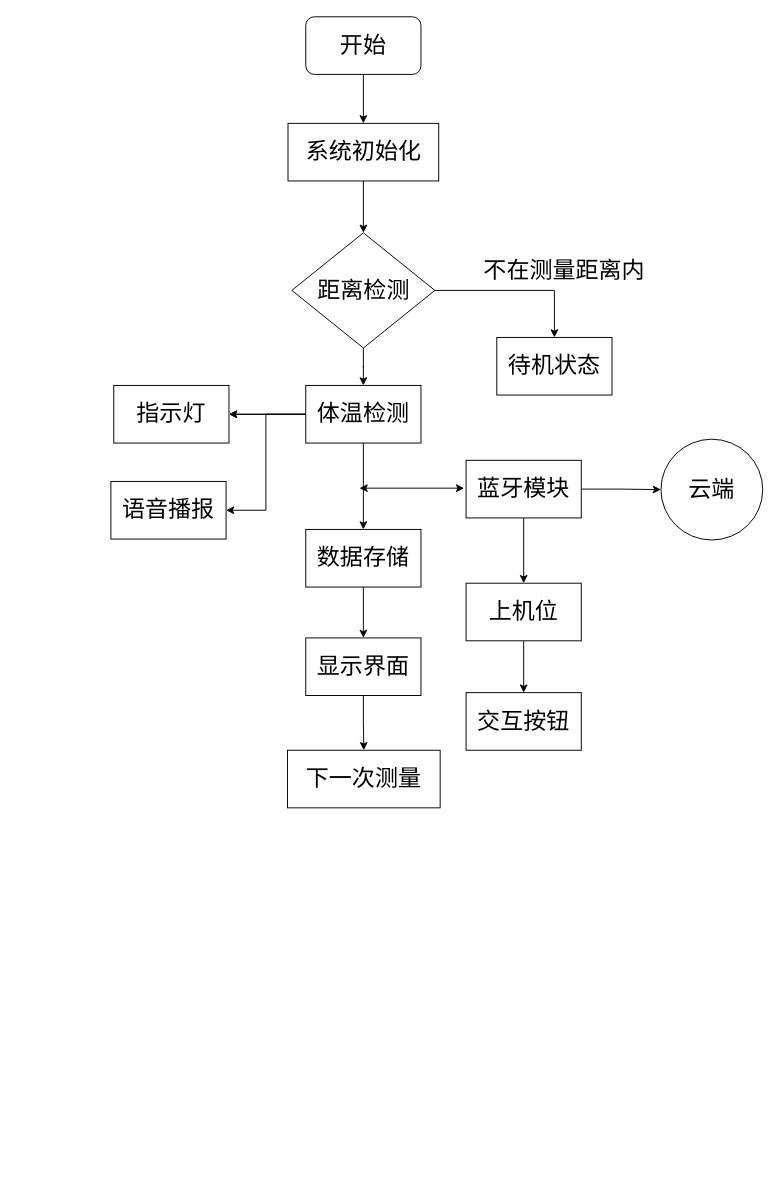
Above: gongjiao2.drawio in Zha0-Hu1/diaw.io (draw.io), before the change. Source tidied: cells renumbered, new cells numbered last; positions are measured from the earlier drawing's top-left corner, leaving out a move shared by most shapes. Both pictures are drawn from the tidied source at 96%, with x=0, y=0 at pixel (110, 16).
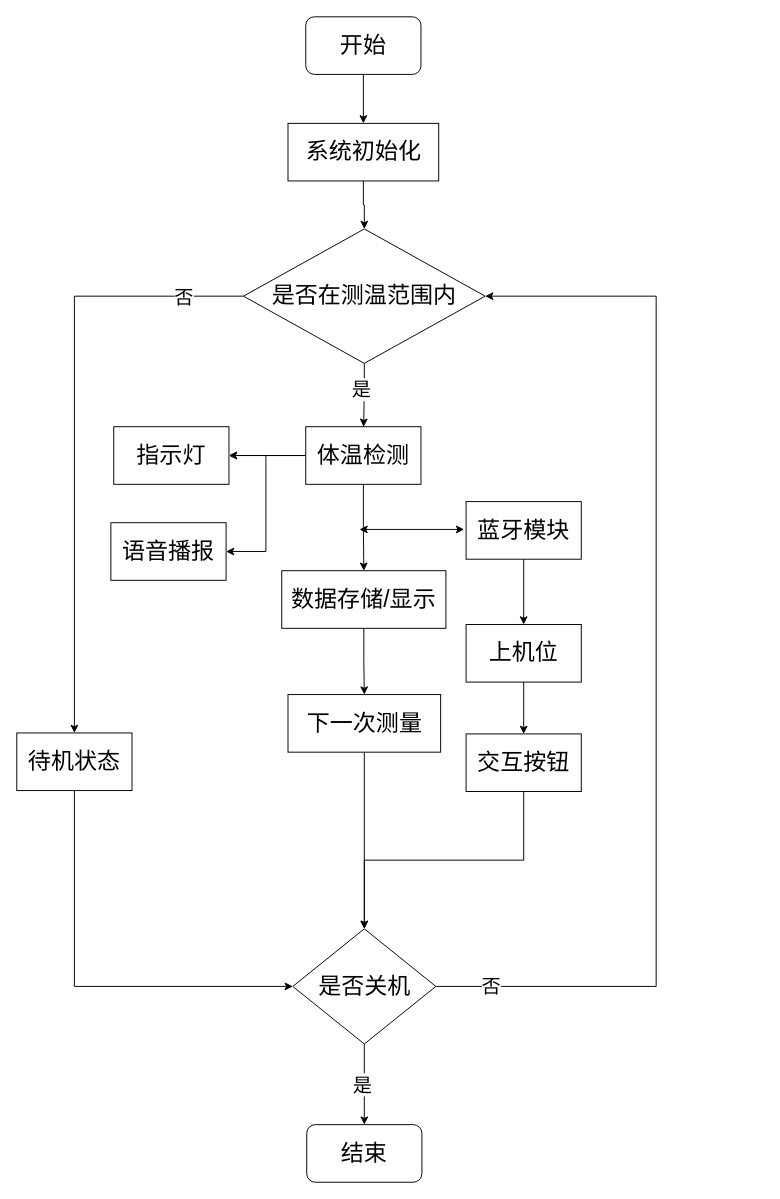
The same diagram, later.

Diff of the diagram source:
```diff
@@
-    <mxCell id="6" style="edgeStyle=orthogonalEdgeStyle;rounded=0;jettySize=auto;html=1;" parent="1" edge="1" source="8" target="13">
-      <mxGeometry relative="1" as="geometry" />
+    <mxCell id="6" style="edgeStyle=orthogonalEdgeStyle;rounded=0;jettySize=auto;html=1;" parent="1" edge="1" target="13">
+      <mxGeometry relative="1" as="geometry">
+        <mxPoint x="263" y="424" as="sourcePoint" />
+      </mxGeometry>
     </mxCell>
-    <mxCell id="7" style="edgeStyle=orthogonalEdgeStyle;rounded=0;jettySize=auto;html=1;exitX=1;exitY=0.5;exitDx=0;exitDy=0;entryX=0.5;entryY=0;entryDx=0;entryDy=0;" parent="1" edge="1" source="8" target="14">
+    <mxCell id="7" style="edgeStyle=orthogonalEdgeStyle;rounded=0;jettySize=auto;html=1;exitX=0;exitY=0.5;exitDx=0;exitDy=0;entryX=0.5;entryY=0;entryDx=0;entryDy=0;" parent="1" edge="1" source="8" target="14">
       <mxGeometry relative="1" as="geometry" />
     </mxCell>
+    <mxCell id="31" value="&lt;font style=&quot;font-size: 20px;&quot;&gt;否&lt;/font&gt;" style="edgeLabel;html=1;align=center;verticalAlign=middle;" parent="7" vertex="1">
+      <mxGeometry x="-0.57" relative="1" as="geometry">
+        <mxPoint x="73" as="offset" />
+      </mxGeometry>
+    </mxCell>
+    <mxCell id="32" style="edgeStyle=orthogonalEdgeStyle;rounded=0;jettySize=auto;html=1;exitX=0.5;exitY=1;exitDx=0;exitDy=0;" parent="1" edge="1" source="8">
+      <mxGeometry relative="1" as="geometry">
+        <mxPoint x="263.3" y="427" as="targetPoint" />
+        <Array as="points">
+          <mxPoint x="263" y="387" />
+        </Array>
+      </mxGeometry>
+    </mxCell>
+    <mxCell id="33" value="&lt;font style=&quot;font-size: 20px;&quot;&gt;是&lt;/font&gt;" style="edgeLabel;html=1;align=center;verticalAlign=middle;" parent="32" vertex="1">
+      <mxGeometry x="-0.22" y="-4" relative="1" as="geometry">
+        <mxPoint y="1" as="offset" />
+      </mxGeometry>
+    </mxCell>
-    <mxCell id="8" value="&lt;font style=&quot;font-size: 24px;&quot;&gt;距离检测&lt;/font&gt;" style="rhombus;whiteSpace=wrap;html=1;rounded=0;" parent="1" vertex="1">
-      <mxGeometry x="188.5" y="225" width="149" height="120" as="geometry" />
+    <mxCell id="8" value="&lt;font style=&quot;font-size: 24px;&quot;&gt;是否在测温范围内&lt;/font&gt;" style="rhombus;whiteSpace=wrap;html=1;rounded=0;" parent="1" vertex="1">
+      <mxGeometry x="138.1" y="221" width="251.8" height="140" as="geometry" />
     </mxCell>
@@
     <mxCell id="13" value="&lt;span style=&quot;font-size: 24px;&quot;&gt;体温检测&lt;/span&gt;" style="whiteSpace=wrap;html=1;rounded=0;" parent="1" vertex="1">
-      <mxGeometry x="203" y="384" width="120" height="60" as="geometry" />
+      <mxGeometry x="203" y="427" width="120" height="60" as="geometry" />
     </mxCell>
-    <mxCell id="14" value="&lt;font style=&quot;font-size: 24px;&quot;&gt;待机状态&lt;/font&gt;" style="whiteSpace=wrap;html=1;rounded=0;" parent="1" vertex="1">
-      <mxGeometry x="402" y="334" width="120" height="60" as="geometry" />
-    </mxCell>
-    <mxCell id="15" value="&lt;font style=&quot;font-size: 24px;&quot;&gt;不在测量距离内&lt;/font&gt;" style="text;html=1;align=center;verticalAlign=middle;strokeColor=none;fillColor=none;" parent="1" vertex="1">
-      <mxGeometry x="379" y="244" width="186" height="41" as="geometry" />
-    </mxCell>
-    <mxCell id="16" style="edgeStyle=orthogonalEdgeStyle;rounded=0;jettySize=auto;html=1;" parent="1" edge="1" source="17" target="29">
-      <mxGeometry relative="1" as="geometry" />
-    </mxCell>
+    <mxCell id="34" style="edgeStyle=orthogonalEdgeStyle;rounded=0;jettySize=auto;html=1;exitX=0.5;exitY=1;exitDx=0;exitDy=0;entryX=0.5;entryY=0;entryDx=0;entryDy=0;" parent="1" edge="1" source="17" target="30">
+      <mxGeometry relative="1" as="geometry" />
+    </mxCell>
-    <mxCell id="17" value="&lt;font style=&quot;font-size: 24px;&quot;&gt;数据存储&lt;/font&gt;" style="whiteSpace=wrap;html=1;rounded=0;" parent="1" vertex="1">
-      <mxGeometry x="203" y="534" width="120" height="60" as="geometry" />
+    <mxCell id="17" value="&lt;font style=&quot;font-size: 24px;&quot;&gt;数据存储/显示&lt;/font&gt;" style="whiteSpace=wrap;html=1;rounded=0;" parent="1" vertex="1">
+      <mxGeometry x="178" y="577" width="171" height="60" as="geometry" />
     </mxCell>
     <mxCell id="18" style="endArrow=classic;startArrow=classic;html=1;rounded=0;" parent="1" edge="1">
       <mxGeometry relative="1" as="geometry">
-        <mxPoint x="368" y="491" as="sourcePoint" />
-        <mxPoint x="259" y="491" as="targetPoint" />
+        <mxPoint x="368" y="534" as="sourcePoint" />
+        <mxPoint x="259" y="534" as="targetPoint" />
       </mxGeometry>
     </mxCell>
-    <mxCell id="19" style="edgeStyle=orthogonalEdgeStyle;rounded=0;jettySize=auto;html=1;" parent="1" edge="1" source="21" target="22">
-      <mxGeometry relative="1" as="geometry" />
-    </mxCell>
@@
     <mxCell id="21" value="&lt;font style=&quot;font-size: 24px;&quot;&gt;蓝牙模块&lt;/font&gt;" style="rounded=0;whiteSpace=wrap;html=1;" parent="1" vertex="1">
-      <mxGeometry x="370" y="462" width="120" height="60" as="geometry" />
+      <mxGeometry x="370" y="505" width="120" height="60" as="geometry" />
     </mxCell>
-    <mxCell id="22" value="&lt;font style=&quot;font-size: 24px;&quot;&gt;云端&lt;/font&gt;" style="ellipse;whiteSpace=wrap;html=1;rounded=0;" parent="1" vertex="1">
-      <mxGeometry x="573" y="440" width="106" height="105" as="geometry" />
-    </mxCell>
     <mxCell id="23" value="&lt;font style=&quot;font-size: 24px;&quot;&gt;指示灯&lt;/font&gt;" style="whiteSpace=wrap;html=1;rounded=0;" parent="1" vertex="1">
-      <mxGeometry x="3" y="384" width="120" height="60" as="geometry" />
+      <mxGeometry x="3" y="427" width="120" height="60" as="geometry" />
     </mxCell>
     <mxCell id="24" value="&lt;font style=&quot;font-size: 24px;&quot;&gt;语音播报&lt;/font&gt;" style="rounded=0;whiteSpace=wrap;html=1;" parent="1" vertex="1">
-      <mxGeometry y="484" width="120" height="60" as="geometry" />
+      <mxGeometry y="527" width="120" height="60" as="geometry" />
     </mxCell>
@@
     <mxCell id="26" value="&lt;font style=&quot;font-size: 24px;&quot;&gt;上机位&lt;/font&gt;" style="whiteSpace=wrap;html=1;rounded=0;" parent="1" vertex="1">
-      <mxGeometry x="370" y="590" width="120" height="60" as="geometry" />
+      <mxGeometry x="370" y="633" width="120" height="60" as="geometry" />
     </mxCell>
+    <mxCell id="35" style="edgeStyle=orthogonalEdgeStyle;rounded=0;jettySize=auto;html=1;exitX=0.5;exitY=1;exitDx=0;exitDy=0;entryX=0.5;entryY=0;entryDx=0;entryDy=0;" parent="1" edge="1" source="27" target="41">
+      <mxGeometry relative="1" as="geometry" />
+    </mxCell>
     <mxCell id="27" value="&lt;font style=&quot;font-size: 24px;&quot;&gt;交互按钮&lt;/font&gt;" style="whiteSpace=wrap;html=1;rounded=0;" parent="1" vertex="1">
-      <mxGeometry x="370" y="704" width="120" height="60" as="geometry" />
+      <mxGeometry x="370" y="747" width="120" height="60" as="geometry" />
     </mxCell>
-    <mxCell id="28" style="edgeStyle=orthogonalEdgeStyle;rounded=0;jettySize=auto;html=1;" parent="1" edge="1" source="29" target="30">
-      <mxGeometry relative="1" as="geometry" />
-    </mxCell>
-    <mxCell id="29" value="&lt;font style=&quot;font-size: 24px;&quot;&gt;显示界面&lt;/font&gt;" style="whiteSpace=wrap;html=1;rounded=0;" parent="1" vertex="1">
-      <mxGeometry x="203" y="647" width="120" height="60" as="geometry" />
-    </mxCell>
+    <mxCell id="36" style="edgeStyle=orthogonalEdgeStyle;rounded=0;jettySize=auto;html=1;exitX=0.5;exitY=1;exitDx=0;exitDy=0;entryX=0.5;entryY=0;entryDx=0;entryDy=0;" parent="1" edge="1" source="30" target="41">
+      <mxGeometry relative="1" as="geometry" />
+    </mxCell>
     <mxCell id="30" value="&lt;font style=&quot;font-size: 24px;&quot;&gt;下一次测量&lt;/font&gt;" style="whiteSpace=wrap;html=1;rounded=0;" parent="1" vertex="1">
-      <mxGeometry x="184" y="764" width="159" height="60" as="geometry" />
+      <mxGeometry x="184.5" y="706" width="159" height="60" as="geometry" />
     </mxCell>
+    <mxCell id="37" style="edgeStyle=orthogonalEdgeStyle;rounded=0;jettySize=auto;html=1;exitX=0.5;exitY=1;exitDx=0;exitDy=0;entryX=0.5;entryY=0;entryDx=0;entryDy=0;" parent="1" edge="1" source="41" target="42">
+      <mxGeometry relative="1" as="geometry">
+        <Array as="points">
+          <mxPoint x="264" y="1097" />
+          <mxPoint x="264" y="1097" />
+        </Array>
+      </mxGeometry>
+    </mxCell>
+    <mxCell id="38" value="&lt;font style=&quot;font-size: 20px;&quot;&gt;是&lt;/font&gt;" style="edgeLabel;html=1;align=center;verticalAlign=middle;" parent="37" vertex="1">
+      <mxGeometry x="-0.04" y="-3" relative="1" as="geometry">
+        <mxPoint y="1" as="offset" />
+      </mxGeometry>
+    </mxCell>
+    <mxCell id="39" style="edgeStyle=orthogonalEdgeStyle;rounded=0;jettySize=auto;html=1;exitX=1;exitY=0.5;exitDx=0;exitDy=0;entryX=1;entryY=0.5;entryDx=0;entryDy=0;" parent="1" edge="1" source="41" target="8">
+      <mxGeometry relative="1" as="geometry">
+        <Array as="points">
+          <mxPoint x="568" y="1010" />
+          <mxPoint x="568" y="291" />
+        </Array>
+      </mxGeometry>
+    </mxCell>
+    <mxCell id="40" value="&lt;font style=&quot;font-size: 20px;&quot;&gt;否&lt;/font&gt;" style="edgeLabel;html=1;align=center;verticalAlign=middle;" parent="39" vertex="1">
+      <mxGeometry x="-0.74" y="2" relative="1" as="geometry">
+        <mxPoint x="-89" as="offset" />
+      </mxGeometry>
+    </mxCell>
+    <mxCell id="41" value="&lt;span style=&quot;font-size: 24px;&quot;&gt;是否关机&lt;/span&gt;" style="rhombus;whiteSpace=wrap;html=1;rounded=0;" parent="1" vertex="1">
+      <mxGeometry x="189.5" y="950" width="149" height="120" as="geometry" />
+    </mxCell>
+    <mxCell id="42" value="&lt;font style=&quot;font-size: 24px;&quot;&gt;结束&lt;/font&gt;" style="rounded=1;whiteSpace=wrap;html=1;" parent="1" vertex="1">
+      <mxGeometry x="204" y="1154" width="120" height="60" as="geometry" />
+    </mxCell>
+    <mxCell id="43" style="edgeStyle=orthogonalEdgeStyle;rounded=0;jettySize=auto;html=1;exitX=0.5;exitY=1;exitDx=0;exitDy=0;entryX=0;entryY=0.5;entryDx=0;entryDy=0;" parent="1" edge="1" source="14" target="41">
+      <mxGeometry relative="1" as="geometry" />
+    </mxCell>
+    <mxCell id="14" value="&lt;font style=&quot;font-size: 24px;&quot;&gt;待机状态&lt;/font&gt;" style="whiteSpace=wrap;html=1;rounded=0;" parent="1" vertex="1">
+      <mxGeometry x="-98" y="746" width="120" height="60" as="geometry" />
+    </mxCell>
```
